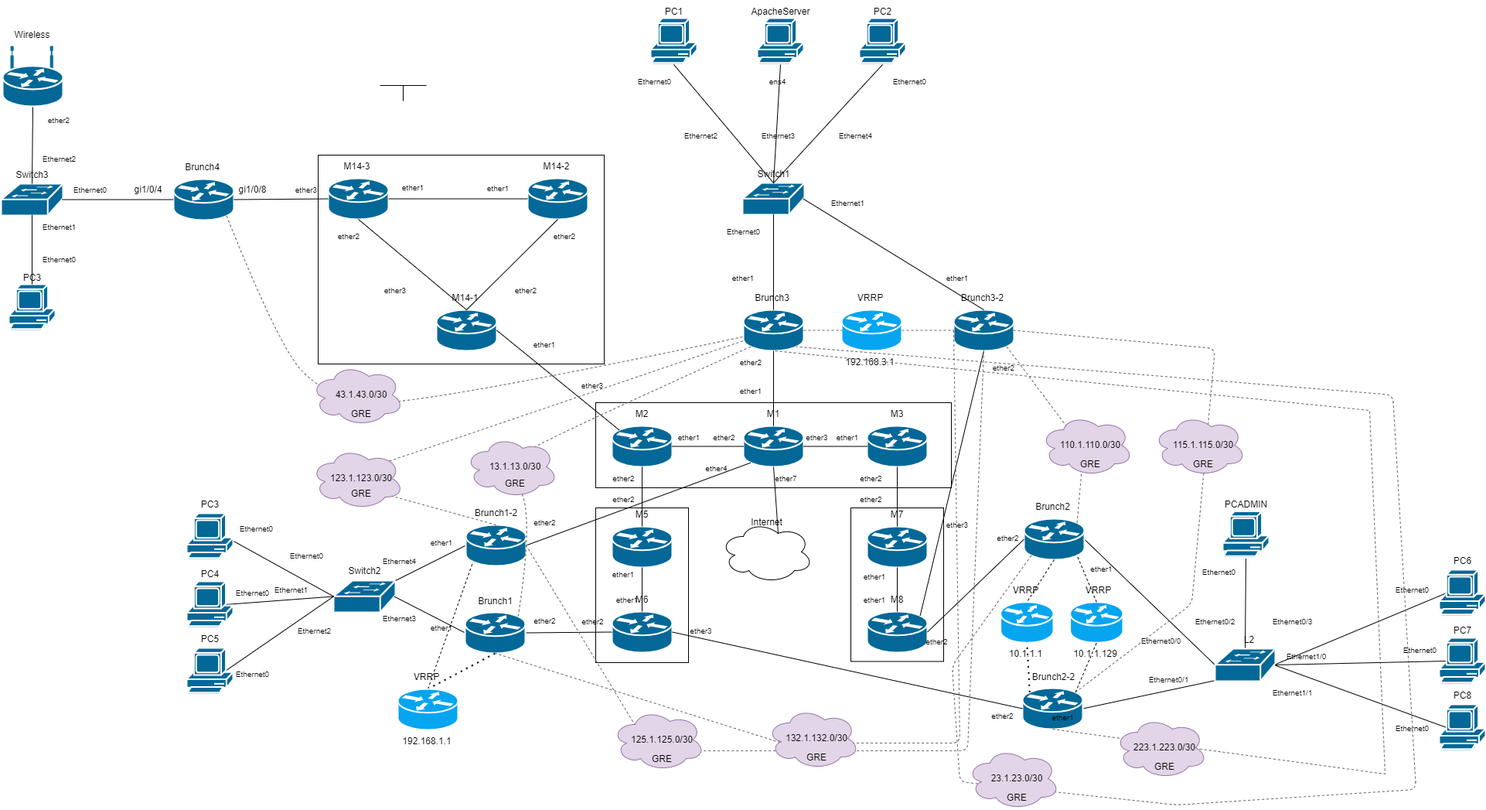
This is Схемы/L2.png from EgorchikProstil/BlinovReposit, a draw.io export, as it was before one commit. Source tidied: cells renumbered, new cells last; positions are measured from the earlier drawing's top-left corner, leaving out a move shared by most shapes.
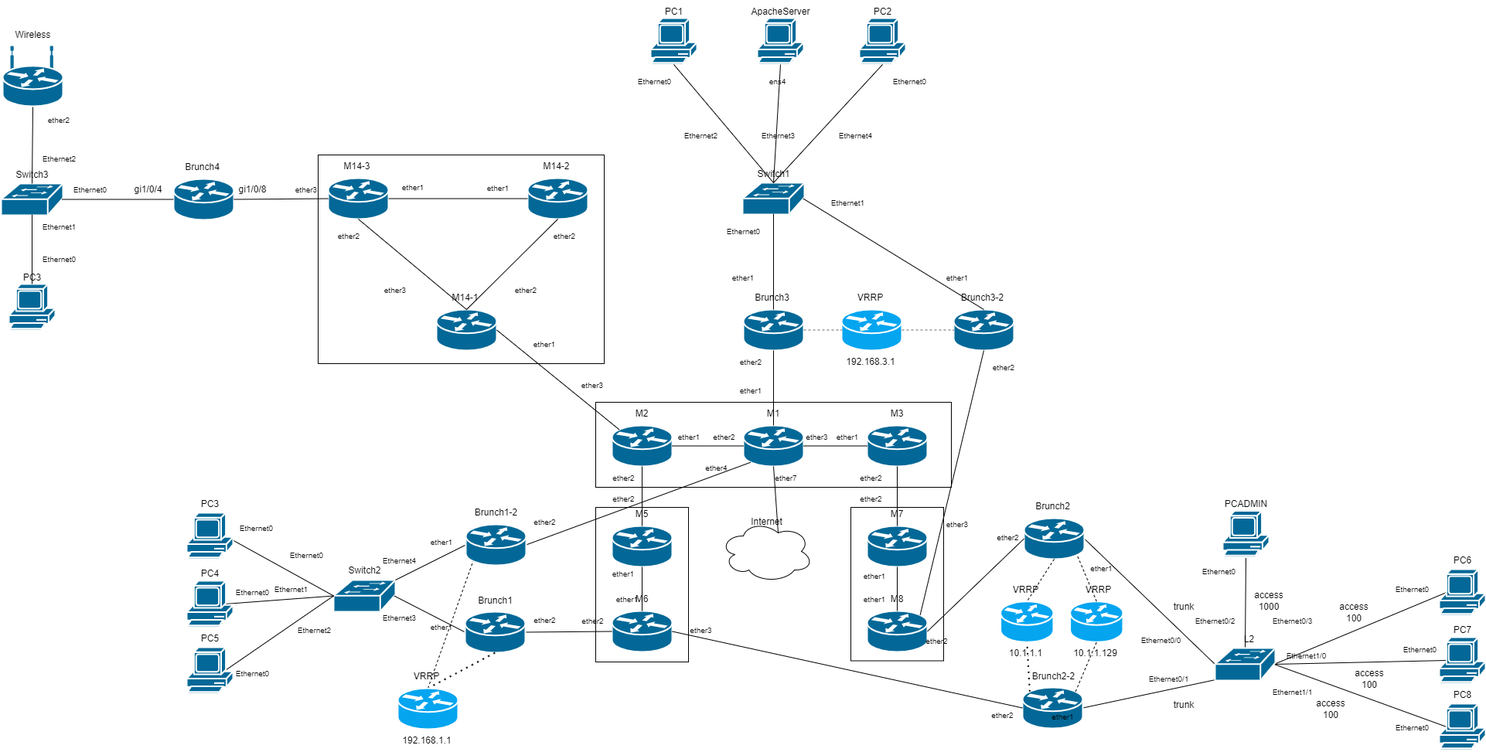
The same diagram one commit later.

Commit message:
Измененый отчет и поменяные схемы L2 и L3

What changed in the source:
```diff
@@ -647,74 +647,12 @@
     <mxCell id="216" value="ether2" style="text;html=1;align=center;verticalAlign=middle;whiteSpace=wrap;rounded=0;fontSize=10;" parent="1" vertex="1">
       <mxGeometry x="45" y="140" width="60" height="30" as="geometry" />
     </mxCell>
-    <mxCell id="217" style="endArrow=none;dashed=1;html=1;rounded=0;exitX=0.88;exitY=0.9;exitDx=0;exitDy=0;exitPerimeter=0;fillColor=#f5f5f5;strokeColor=#666666;curved=1;" parent="1" edge="1" source="167" target="133">
-      <mxGeometry relative="1" as="geometry">
-        <Array as="points">
-          <mxPoint x="360" y="450" />
-          <mxPoint x="420" y="510" />
-          <mxPoint x="510" y="530" />
-        </Array>
-      </mxGeometry>
-    </mxCell>
     <mxCell id="218" style="endArrow=none;dashed=1;html=1;rounded=0;entryX=0.12;entryY=0.9;entryDx=0;entryDy=0;entryPerimeter=0;exitX=0.5;exitY=0;exitDx=0;exitDy=0;exitPerimeter=0;" parent="1" edge="1" source="236" target="61">
       <mxGeometry relative="1" as="geometry" />
     </mxCell>
     <mxCell id="219" style="endArrow=none;dashed=1;html=1;dashPattern=1 3;strokeWidth=2;rounded=0;entryX=0.5;entryY=1;entryDx=0;entryDy=0;entryPerimeter=0;exitX=0.5;exitY=0;exitDx=0;exitDy=0;exitPerimeter=0;" parent="1" edge="1" source="236" target="64">
       <mxGeometry relative="1" as="geometry" />
     </mxCell>
-    <mxCell id="220" style="endArrow=none;dashed=1;html=1;rounded=0;exitX=0.5;exitY=0;exitDx=0;exitDy=0;exitPerimeter=0;fillColor=#f5f5f5;strokeColor=#666666;" parent="1" edge="1" source="61">
-      <mxGeometry relative="1" as="geometry">
-        <mxPoint x="960" y="440" as="targetPoint" />
-        <Array as="points">
-          <mxPoint x="430" y="620" />
-        </Array>
-      </mxGeometry>
-    </mxCell>
-    <mxCell id="221" style="group;" parent="1" vertex="1">
-      <mxGeometry x="400.5" y="470" width="120" height="80" as="geometry" />
-    </mxCell>
-    <mxCell id="222" style="ellipse;shape=cloud;whiteSpace=wrap;html=1;fillColor=#e1d5e7;strokeColor=#9673a6;" parent="221" vertex="1">
-      <mxGeometry width="120" height="80" as="geometry" />
-    </mxCell>
-    <mxCell id="223" value="43.1.43.0/30" style="text;html=1;align=center;verticalAlign=middle;whiteSpace=wrap;rounded=0;" parent="221" vertex="1">
-      <mxGeometry x="35" y="25" width="60" height="30" as="geometry" />
-    </mxCell>
-    <mxCell id="224" value="GRE" style="text;html=1;align=center;verticalAlign=middle;whiteSpace=wrap;rounded=0;" parent="221" vertex="1">
-      <mxGeometry x="35" y="50" width="60" height="30" as="geometry" />
-    </mxCell>
-    <mxCell id="225" style="group;" parent="1" vertex="1">
-      <mxGeometry x="400.5" y="578" width="120" height="80" as="geometry" />
-    </mxCell>
-    <mxCell id="226" style="ellipse;shape=cloud;whiteSpace=wrap;html=1;fillColor=#e1d5e7;strokeColor=#9673a6;" parent="225" vertex="1">
-      <mxGeometry width="120" height="80" as="geometry" />
-    </mxCell>
-    <mxCell id="227" value="123.1.123.0/30" style="text;html=1;align=center;verticalAlign=middle;whiteSpace=wrap;rounded=0;" parent="225" vertex="1">
-      <mxGeometry x="35" y="25" width="60" height="30" as="geometry" />
-    </mxCell>
-    <mxCell id="228" value="GRE" style="text;html=1;align=center;verticalAlign=middle;whiteSpace=wrap;rounded=0;" parent="225" vertex="1">
-      <mxGeometry x="35" y="45" width="60" height="30" as="geometry" />
-    </mxCell>
-    <mxCell id="229" style="endArrow=none;dashed=1;html=1;rounded=0;entryX=0.12;entryY=0.9;entryDx=0;entryDy=0;entryPerimeter=0;exitX=0.88;exitY=0.1;exitDx=0;exitDy=0;exitPerimeter=0;fillColor=#f5f5f5;strokeColor=#666666;curved=1;" parent="1" edge="1" source="64" target="133">
-      <mxGeometry relative="1" as="geometry">
-        <Array as="points">
-          <mxPoint x="690" y="660" />
-          <mxPoint x="650" y="600" />
-          <mxPoint x="720" y="560" />
-        </Array>
-      </mxGeometry>
-    </mxCell>
-    <mxCell id="230" style="group;" parent="1" vertex="1">
-      <mxGeometry x="600" y="563" width="120" height="80" as="geometry" />
-    </mxCell>
-    <mxCell id="231" style="ellipse;shape=cloud;whiteSpace=wrap;html=1;fillColor=#e1d5e7;strokeColor=#9673a6;" parent="230" vertex="1">
-      <mxGeometry width="120" height="80" as="geometry" />
-    </mxCell>
-    <mxCell id="232" value="13.1.13.0/30" style="text;html=1;align=center;verticalAlign=middle;whiteSpace=wrap;rounded=0;" parent="230" vertex="1">
-      <mxGeometry x="35" y="25" width="60" height="30" as="geometry" />
-    </mxCell>
-    <mxCell id="233" value="GRE" style="text;html=1;align=center;verticalAlign=middle;whiteSpace=wrap;rounded=0;" parent="230" vertex="1">
-      <mxGeometry x="35" y="47" width="60" height="30" as="geometry" />
-    </mxCell>
     <mxCell id="234" style="group;" parent="1" vertex="1">
       <mxGeometry x="510" y="860" width="81" height="113" as="geometry" />
     </mxCell>
@@ -751,89 +689,6 @@
     <mxCell id="245" style="endArrow=none;dashed=1;html=1;rounded=0;entryX=0;entryY=0.5;entryDx=0;entryDy=0;entryPerimeter=0;exitX=1;exitY=0.5;exitDx=0;exitDy=0;exitPerimeter=0;fillColor=#f5f5f5;strokeColor=#666666;" parent="1" edge="1" source="241" target="136">
       <mxGeometry relative="1" as="geometry" />
     </mxCell>
-    <mxCell id="246" style="endArrow=none;dashed=1;html=1;rounded=1;entryX=0.5;entryY=1;entryDx=0;entryDy=0;entryPerimeter=0;exitX=0;exitY=0.5;exitDx=0;exitDy=0;exitPerimeter=0;curved=0;fillColor=#f5f5f5;strokeColor=#666666;" parent="1" edge="1" source="136" target="64">
-      <mxGeometry relative="1" as="geometry">
-        <Array as="points">
-          <mxPoint x="1240" y="960" />
-          <mxPoint x="1010" y="960" />
-        </Array>
-      </mxGeometry>
-    </mxCell>
-    <mxCell id="247" style="endArrow=none;dashed=1;html=1;rounded=1;entryX=1;entryY=0.5;entryDx=0;entryDy=0;entryPerimeter=0;exitX=0.5;exitY=1;exitDx=0;exitDy=0;exitPerimeter=0;curved=0;fillColor=#f5f5f5;strokeColor=#666666;" parent="1" edge="1" source="136" target="61">
-      <mxGeometry relative="1" as="geometry">
-        <Array as="points">
-          <mxPoint x="1250" y="970" />
-          <mxPoint x="840" y="970" />
-        </Array>
-      </mxGeometry>
-    </mxCell>
-    <mxCell id="248" style="group;" parent="1" vertex="1">
-      <mxGeometry x="790" y="916" width="120" height="80" as="geometry" />
-    </mxCell>
-    <mxCell id="249" style="ellipse;shape=cloud;whiteSpace=wrap;html=1;fillColor=#e1d5e7;strokeColor=#9673a6;" parent="248" vertex="1">
-      <mxGeometry width="120" height="80" as="geometry" />
-    </mxCell>
-    <mxCell id="250" value="125.1.125.0/30" style="text;html=1;align=center;verticalAlign=middle;whiteSpace=wrap;rounded=0;" parent="248" vertex="1">
-      <mxGeometry x="35" y="25" width="60" height="30" as="geometry" />
-    </mxCell>
-    <mxCell id="251" value="GRE" style="text;html=1;align=center;verticalAlign=middle;whiteSpace=wrap;rounded=0;" parent="248" vertex="1">
-      <mxGeometry x="35" y="50" width="60" height="30" as="geometry" />
-    </mxCell>
-    <mxCell id="252" style="group;" parent="1" vertex="1">
-      <mxGeometry x="990" y="914" width="120" height="80" as="geometry" />
-    </mxCell>
-    <mxCell id="253" style="ellipse;shape=cloud;whiteSpace=wrap;html=1;fillColor=#e1d5e7;strokeColor=#9673a6;" parent="252" vertex="1">
-      <mxGeometry width="120" height="80" as="geometry" />
-    </mxCell>
-    <mxCell id="254" value="132.1.132.0/30" style="text;html=1;align=center;verticalAlign=middle;whiteSpace=wrap;rounded=0;" parent="252" vertex="1">
-      <mxGeometry x="35" y="25" width="60" height="30" as="geometry" />
-    </mxCell>
-    <mxCell id="255" value="GRE" style="text;html=1;align=center;verticalAlign=middle;whiteSpace=wrap;rounded=0;" parent="252" vertex="1">
-      <mxGeometry x="35" y="50" width="60" height="30" as="geometry" />
-    </mxCell>
-    <mxCell id="256" style="endArrow=none;dashed=1;html=1;rounded=0;exitX=0.5;exitY=1;exitDx=0;exitDy=0;exitPerimeter=0;entryX=1;entryY=0;entryDx=0;entryDy=0;fillColor=#f5f5f5;strokeColor=#666666;" parent="1" edge="1" source="67" target="190">
-      <mxGeometry relative="1" as="geometry">
-        <Array as="points">
-          <mxPoint x="1790" y="1000" />
-          <mxPoint x="1770" y="530" />
-        </Array>
-      </mxGeometry>
-    </mxCell>
-    <mxCell id="257" style="endArrow=none;dashed=1;html=1;rounded=1;exitX=0.12;exitY=0.9;exitDx=0;exitDy=0;exitPerimeter=0;entryX=0.88;entryY=0.9;entryDx=0;entryDy=0;entryPerimeter=0;curved=0;fillColor=#f5f5f5;strokeColor=#666666;" parent="1" edge="1" source="70" target="133">
-      <mxGeometry relative="1" as="geometry">
-        <Array as="points">
-          <mxPoint x="1230" y="860" />
-          <mxPoint x="1240" y="1010" />
-          <mxPoint x="1520" y="1040" />
-          <mxPoint x="1830" y="1020" />
-          <mxPoint x="1800" y="510" />
-        </Array>
-      </mxGeometry>
-    </mxCell>
-    <mxCell id="258" style="group;" parent="1" vertex="1">
-      <mxGeometry x="1249" y="966" width="120" height="80" as="geometry" />
-    </mxCell>
-    <mxCell id="259" style="ellipse;shape=cloud;whiteSpace=wrap;html=1;fillColor=#e1d5e7;strokeColor=#9673a6;" parent="258" vertex="1">
-      <mxGeometry width="120" height="80" as="geometry" />
-    </mxCell>
-    <mxCell id="260" value="23.1.23.0/30" style="text;html=1;align=center;verticalAlign=middle;whiteSpace=wrap;rounded=0;" parent="258" vertex="1">
-      <mxGeometry x="35" y="25" width="60" height="30" as="geometry" />
-    </mxCell>
-    <mxCell id="261" value="GRE" style="text;html=1;align=center;verticalAlign=middle;whiteSpace=wrap;rounded=0;" parent="258" vertex="1">
-      <mxGeometry x="35" y="50" width="60" height="30" as="geometry" />
-    </mxCell>
-    <mxCell id="262" style="group;" parent="1" vertex="1">
-      <mxGeometry x="1440" y="926" width="120" height="80" as="geometry" />
-    </mxCell>
-    <mxCell id="263" style="ellipse;shape=cloud;whiteSpace=wrap;html=1;fillColor=#e1d5e7;strokeColor=#9673a6;" parent="262" vertex="1">
-      <mxGeometry width="120" height="80" as="geometry" />
-    </mxCell>
-    <mxCell id="264" value="223.1.223.0/30" style="text;html=1;align=center;verticalAlign=middle;whiteSpace=wrap;rounded=0;" parent="262" vertex="1">
-      <mxGeometry x="35" y="25" width="60" height="30" as="geometry" />
-    </mxCell>
-    <mxCell id="265" value="GRE" style="text;html=1;align=center;verticalAlign=middle;whiteSpace=wrap;rounded=0;" parent="262" vertex="1">
-      <mxGeometry x="35" y="50" width="60" height="30" as="geometry" />
-    </mxCell>
     <mxCell id="266" style="group;" parent="1" vertex="1">
       <mxGeometry x="1380" y="748" width="71" height="112" as="geometry" />
     </mxCell>
@@ -876,59 +731,23 @@
     <mxCell id="279" style="endArrow=none;dashed=1;html=1;dashPattern=1 3;strokeWidth=2;rounded=0;entryX=0.5;entryY=1;entryDx=0;entryDy=0;entryPerimeter=0;exitX=0.12;exitY=0.1;exitDx=0;exitDy=0;exitPerimeter=0;" parent="1" edge="1" source="67" target="273">
       <mxGeometry relative="1" as="geometry" />
     </mxCell>
-    <mxCell id="280" style="endArrow=none;dashed=1;html=1;rounded=0;entryX=0.88;entryY=0.9;entryDx=0;entryDy=0;entryPerimeter=0;exitX=0.88;exitY=0.1;exitDx=0;exitDy=0;exitPerimeter=0;fillColor=#f5f5f5;strokeColor=#666666;" parent="1" edge="1" source="70" target="136">
-      <mxGeometry relative="1" as="geometry">
-        <Array as="points">
-          <mxPoint x="1400" y="580" />
-        </Array>
-      </mxGeometry>
-    </mxCell>
-    <mxCell id="281" style="group;" parent="1" vertex="1">
-      <mxGeometry x="1344" y="535" width="120" height="80" as="geometry" />
-    </mxCell>
-    <mxCell id="282" style="ellipse;shape=cloud;whiteSpace=wrap;html=1;fillColor=#e1d5e7;strokeColor=#9673a6;" parent="281" vertex="1">
-      <mxGeometry width="120" height="80" as="geometry" />
-    </mxCell>
-    <mxCell id="283" value="110.1.110.0/30" style="text;html=1;align=center;verticalAlign=middle;whiteSpace=wrap;rounded=0;" parent="281" vertex="1">
-      <mxGeometry x="35" y="25" width="60" height="30" as="geometry" />
-    </mxCell>
-    <mxCell id="284" value="GRE" style="text;html=1;align=center;verticalAlign=middle;whiteSpace=wrap;rounded=0;" parent="281" vertex="1">
-      <mxGeometry x="35" y="50" width="60" height="30" as="geometry" />
-    </mxCell>
-    <mxCell id="285" style="endArrow=none;dashed=1;html=1;rounded=1;entryX=1;entryY=0.5;entryDx=0;entryDy=0;entryPerimeter=0;exitX=0.88;exitY=0.1;exitDx=0;exitDy=0;exitPerimeter=0;curved=0;fillColor=#f5f5f5;strokeColor=#666666;" parent="1" edge="1" source="67" target="136">
-      <mxGeometry relative="1" as="geometry">
-        <Array as="points">
-          <mxPoint x="1540" y="780" />
-          <mxPoint x="1570" y="450" />
-        </Array>
-      </mxGeometry>
-    </mxCell>
-    <mxCell id="286" style="group;" parent="1" vertex="1">
-      <mxGeometry x="1490" y="535" width="120" height="80" as="geometry" />
-    </mxCell>
-    <mxCell id="287" style="ellipse;shape=cloud;whiteSpace=wrap;html=1;fillColor=#e1d5e7;strokeColor=#9673a6;" parent="286" vertex="1">
-      <mxGeometry width="120" height="80" as="geometry" />
-    </mxCell>
-    <mxCell id="288" value="115.1.115.0/30" style="text;html=1;align=center;verticalAlign=middle;whiteSpace=wrap;rounded=0;" parent="286" vertex="1">
-      <mxGeometry x="35" y="25" width="60" height="30" as="geometry" />
-    </mxCell>
-    <mxCell id="289" value="GRE" style="text;html=1;align=center;verticalAlign=middle;whiteSpace=wrap;rounded=0;" parent="286" vertex="1">
-      <mxGeometry x="35" y="50" width="60" height="30" as="geometry" />
-    </mxCell>
-    <mxCell id="290" style="group;" parent="1" vertex="1">
-      <mxGeometry x="490" y="110" width="60" height="20" as="geometry" />
-    </mxCell>
-    <mxCell id="291" style="endArrow=none;html=1;rounded=0;" parent="290" edge="1">
-      <mxGeometry relative="1" as="geometry">
-        <mxPoint x="30" y="20" as="sourcePoint" />
-        <mxPoint x="30" as="targetPoint" />
-      </mxGeometry>
-    </mxCell>
-    <mxCell id="292" style="endArrow=none;html=1;rounded=0;" parent="290" edge="1">
-      <mxGeometry relative="1" as="geometry">
-        <mxPoint as="sourcePoint" />
-        <mxPoint x="60" as="targetPoint" />
-      </mxGeometry>
-    </mxCell>
+    <mxCell id="293" value="trunk" style="text;html=1;align=center;verticalAlign=middle;whiteSpace=wrap;rounded=0;" parent="1" vertex="1">
+      <mxGeometry x="1500" y="897" width="60" height="30" as="geometry" />
+    </mxCell>
+    <mxCell id="294" value="trunk" style="text;html=1;align=center;verticalAlign=middle;whiteSpace=wrap;rounded=0;" parent="1" vertex="1">
+      <mxGeometry x="1500" y="770" width="60" height="30" as="geometry" />
+    </mxCell>
+    <mxCell id="295" value="access 1000" style="text;html=1;align=center;verticalAlign=middle;whiteSpace=wrap;rounded=0;" parent="1" vertex="1">
+      <mxGeometry x="1610" y="762" width="60" height="30" as="geometry" />
+    </mxCell>
+    <mxCell id="296" value="access 100" style="text;html=1;align=center;verticalAlign=middle;whiteSpace=wrap;rounded=0;" parent="1" vertex="1">
+      <mxGeometry x="1690" y="901.5" width="60" height="30" as="geometry" />
+    </mxCell>
+    <mxCell id="297" value="access 100" style="text;html=1;align=center;verticalAlign=middle;whiteSpace=wrap;rounded=0;" parent="1" vertex="1">
+      <mxGeometry x="1740" y="862.5" width="60" height="30" as="geometry" />
+    </mxCell>
+    <mxCell id="298" value="access 100" style="text;html=1;align=center;verticalAlign=middle;whiteSpace=wrap;rounded=0;" parent="1" vertex="1">
+      <mxGeometry x="1720" y="777" width="60" height="30" as="geometry" />
+    </mxCell>
   </root>
 </mxGraphModel>
```
